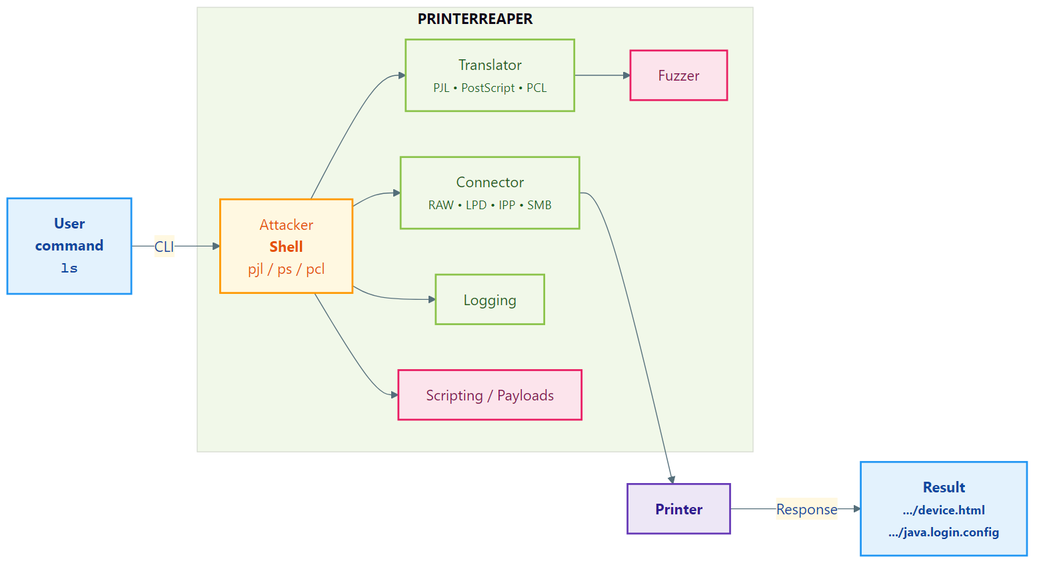
Earlier version of the Mermaid export diagrams/png/overview_for_dummies.png (mrhenrike/PrinterXPL-Forge). Its source is kept beside it as diagrams/overview_for_dummies.mmd.
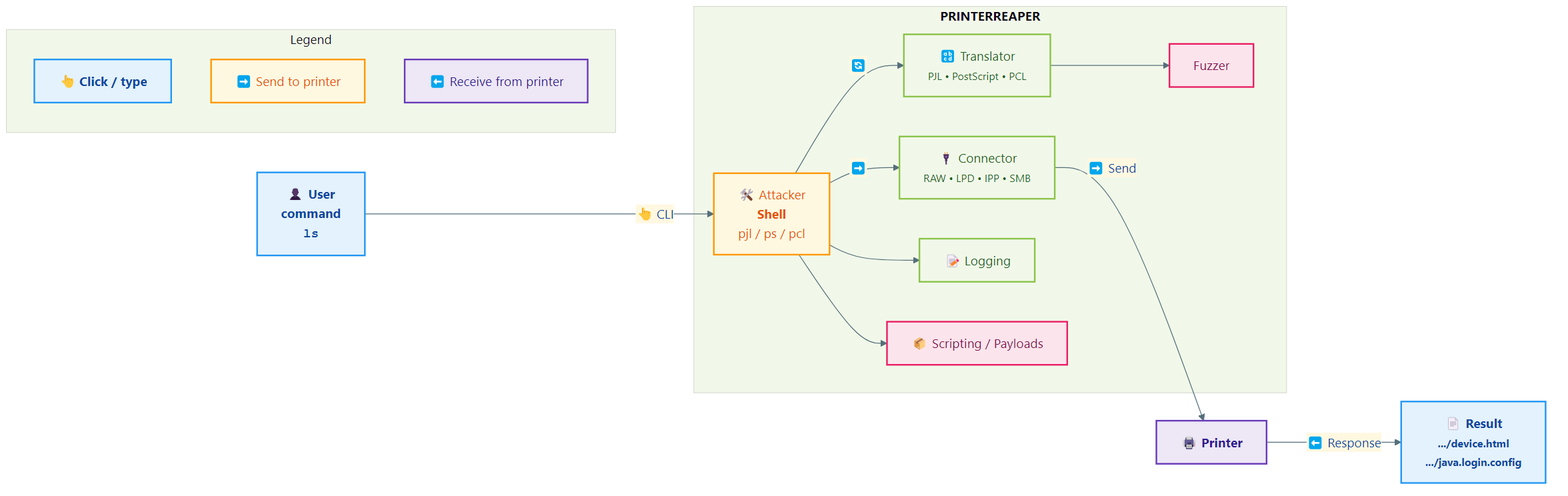
The same diagram one commit later.

Commit message:
docs(diagrams): add emojis and user-friendly labels (Click → Send → Receive) and regenerate all PNGs at scale=3

Diff of the diagram source:
```diff
@@ -5,16 +5,22 @@
   classDef io fill:#fce4ec,stroke:#e91e63,color:#880e4f,stroke-width:2
   classDef printer fill:#ede7f6,stroke:#673ab7,color:#311b92,stroke-width:2
 
-  U["User<br/><b>command</b><br/><code>ls</code>"]:::user -->|CLI| ATT["Attacker<br/><b>Shell</b><br/>pjl / ps / pcl"]:::app
+  subgraph LEG[Legend]
+    L1["👆 Click / type"]:::user
+    L2["➡️ Send to printer"]:::app
+    L3["⬅️ Receive from printer"]:::printer
+  end
+
+  U["👤 User<br/><b>command</b><br/><code>ls</code>"]:::user -->|👆 CLI| ATT["🛠️ Attacker<br/><b>Shell</b><br/>pjl / ps / pcl"]:::app
 
   subgraph PR["<b>PRINTERREAPER</b>"]
     direction TB
-    ATT --> CONN["Connector<br/><small>RAW • LPD • IPP • SMB</small>"]:::block
-    ATT --> TR["Translator<br/><small>PJL • PostScript • PCL</small>"]:::block
+    ATT -->|➡️| CONN["🔌 Connector<br/><small>RAW • LPD • IPP • SMB</small>"]:::block
+    ATT -->|🔄| TR["🔡 Translator<br/><small>PJL • PostScript • PCL</small>"]:::block
     TR --> FZ["Fuzzer"]:::io
-    ATT --> LG["Logging"]:::block
-    ATT --> SC["Scripting / Payloads"]:::io
+    ATT --> LG["📝 Logging"]:::block
+    ATT --> SC["📦 Scripting / Payloads"]:::io
   end
 
-  CONN --> PRT["<b>Printer</b>"]:::printer
-  PRT -->|Response| RES["Result<br/><small>.../device.html<br/>.../java.login.config</small>"]:::user
+  CONN -->|➡️ Send| PRT["🖨️ <b>Printer</b>"]:::printer
+  PRT -->|⬅️ Response| RES["📄 Result<br/><small>.../device.html<br/>.../java.login.config</small>"]:::user
```
